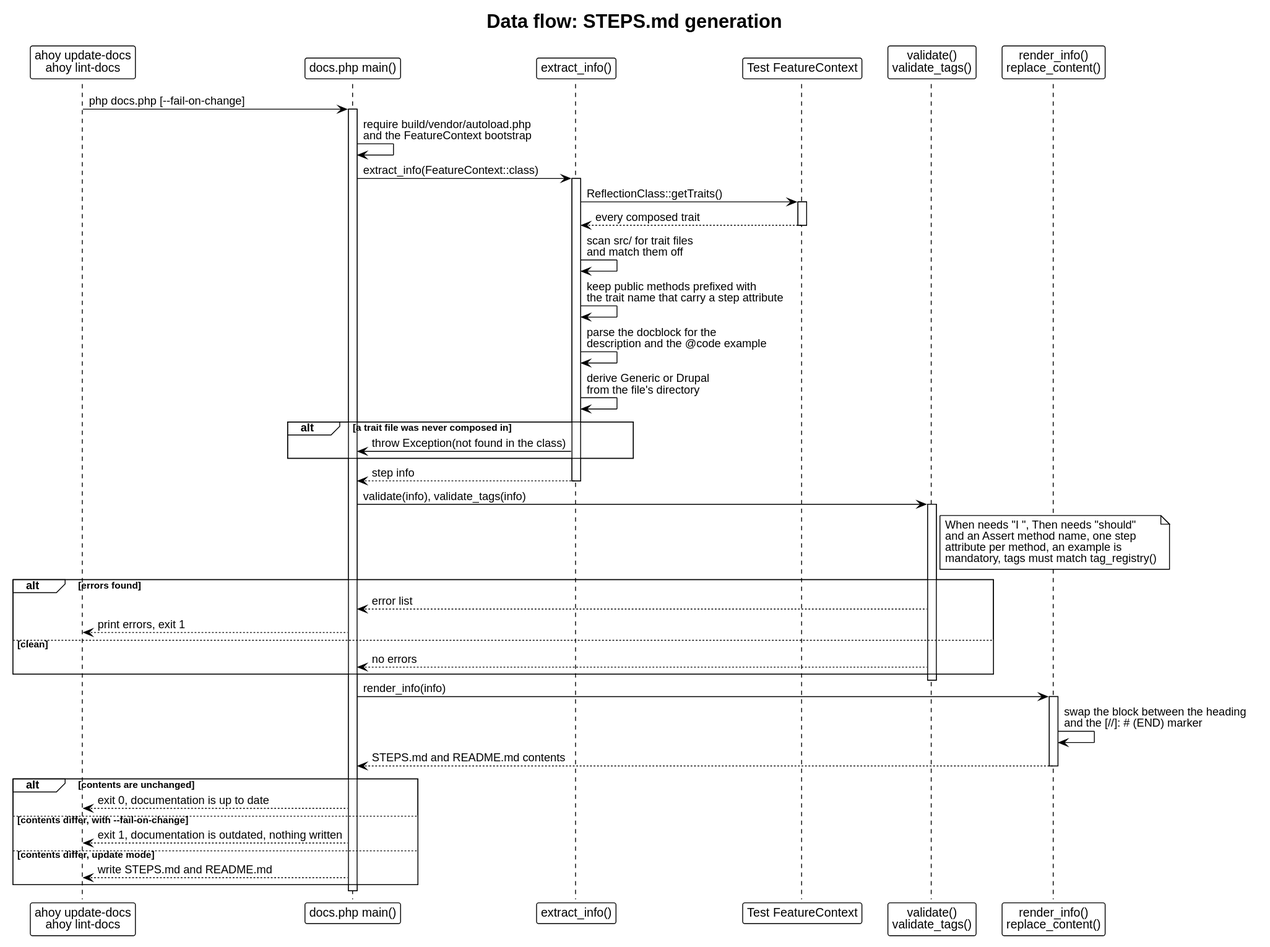
Earlier version of the PlantUML export docs/architecture/dataflow-docs.svg (drevops/behat-steps).
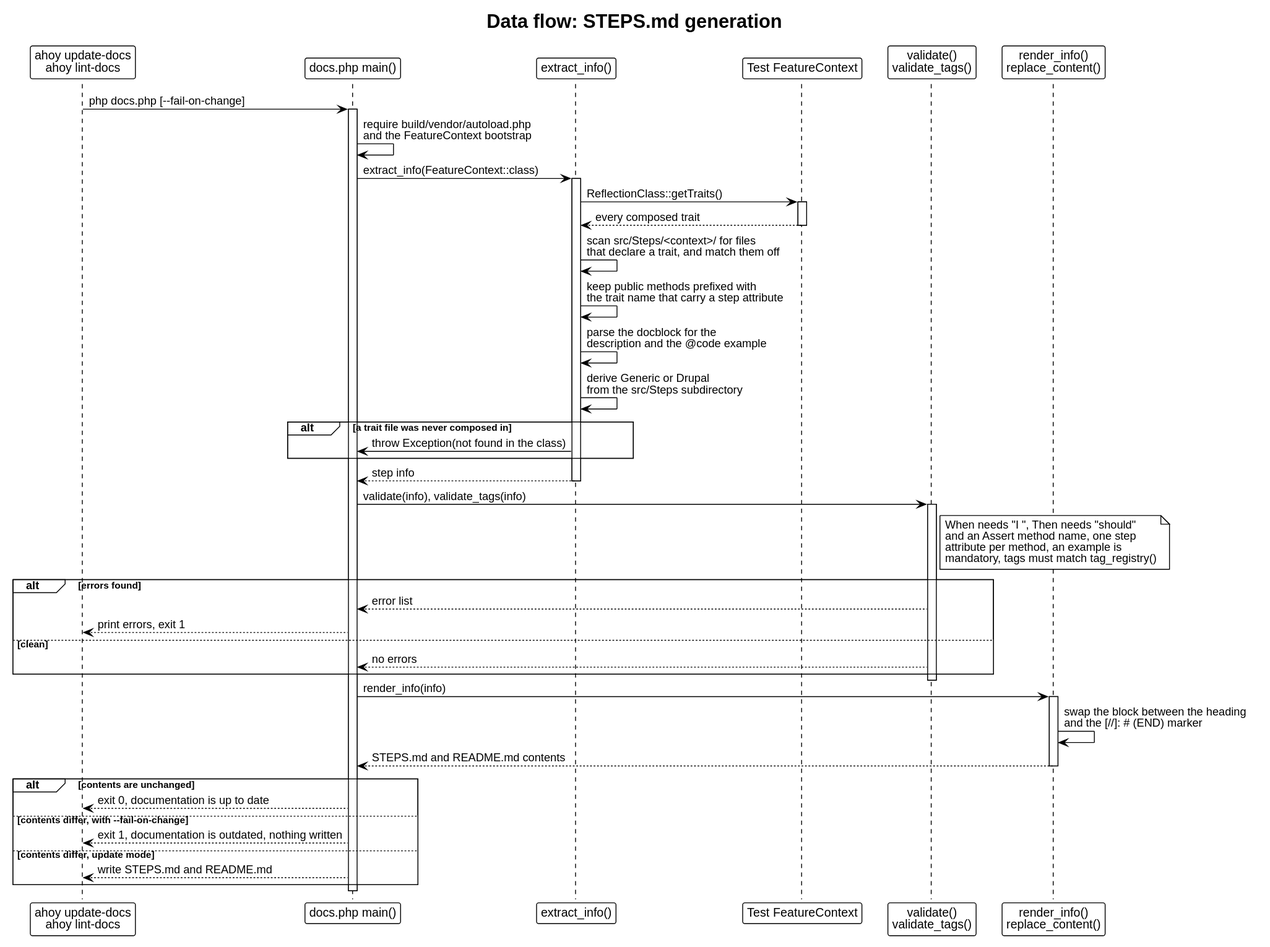
After the change.

The edit, as a diff of the source:
```diff
@@ -22,10 +22,10 @@
 activate Ctx
 Ctx --> Extract: every composed trait
 deactivate Ctx
-Extract -> Extract: scan src/ for trait files\nand match them off
+Extract -> Extract: scan src/Steps/<context>/ for files\nthat declare a trait, and match them off
 Extract -> Extract: keep public methods prefixed with\nthe trait name that carry a step attribute
 Extract -> Extract: parse the docblock for the\ndescription and the @code example
-Extract -> Extract: derive Generic or Drupal\nfrom the file's directory
+Extract -> Extract: derive Generic or Drupal\nfrom the src/Steps subdirectory
 
 alt a trait file was never composed in
   Extract -> Main: throw Exception(not found in the class)
```
